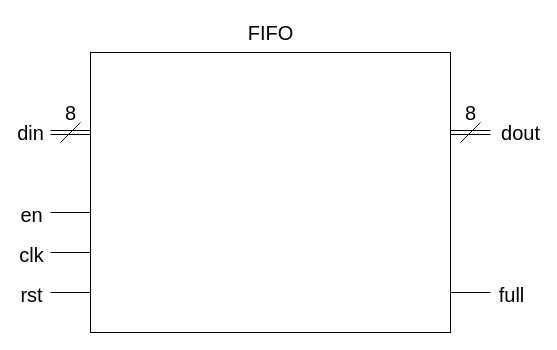
This is page "fifo" (1 of 2) of assets/blocs.drawio from suguuss/ethernet_mac, a draw.io file, before an edit. Source tidied: cells renumbered, new cells numbered last; positions are measured from the earlier drawing's top-left corner, leaving out a move shared by most shapes. Both pictures are drawn from the tidied source at 100%, with x=0, y=0 at pixel (50, 17).
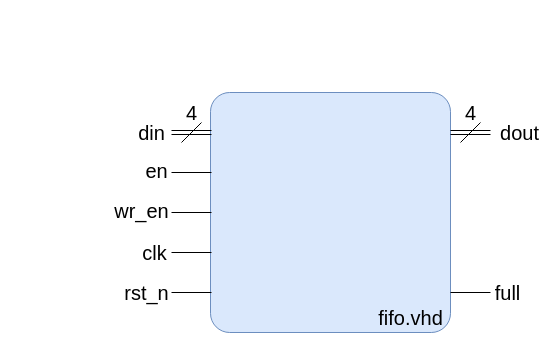
After the change.

The change refers to these unchanged cells:
```xml
<mxCell id="14" style="endArrow=none;html=1;fontSize=20;" parent="1" edge="1">
  <mxGeometry relative="1" as="geometry">
    <mxPoint x="400" y="275" as="sourcePoint" />
    <mxPoint x="440" y="275" as="targetPoint" />
  </mxGeometry>
</mxCell>
```

Change to the diagram source:
```diff
@@
-    <mxCell id="2" style="rounded=0;whiteSpace=wrap;html=1;" parent="1" vertex="1">
-      <mxGeometry x="40" y="35" width="360" height="280" as="geometry" />
+    <mxCell id="2" style="rounded=1;whiteSpace=wrap;html=1;arcSize=8;fillOpacity=100;fillColor=#dae8fc;strokeColor=#6c8ebf;" parent="1" vertex="1">
+      <mxGeometry x="160" y="75" width="240" height="240" as="geometry" />
     </mxCell>
-    <mxCell id="3" value="FIFO" style="text;html=1;align=center;verticalAlign=middle;strokeColor=none;fillColor=none;fontSize=20;" parent="1" vertex="1">
-      <mxGeometry x="190" width="60" height="30" as="geometry" />
+    <mxCell id="3" value="fifo.vhd" style="text;html=1;align=center;verticalAlign=middle;strokeColor=none;fillColor=none;fontSize=20;" parent="1" vertex="1">
+      <mxGeometry x="320" y="285" width="80" height="30" as="geometry" />
     </mxCell>
     <mxCell id="4" style="endArrow=none;html=1;fontSize=20;" parent="1" edge="1">
       <mxGeometry relative="1" as="geometry">
-        <mxPoint y="235" as="sourcePoint" />
-        <mxPoint x="40" y="235" as="targetPoint" />
+        <mxPoint x="121" y="235" as="sourcePoint" />
+        <mxPoint x="161" y="235" as="targetPoint" />
       </mxGeometry>
     </mxCell>
     <mxCell id="5" value="clk" style="edgeLabel;html=1;align=center;verticalAlign=middle;fontSize=20;" parent="4" vertex="1">
       <mxGeometry x="-0.49" y="-1" relative="1" as="geometry">
-        <mxPoint x="-30" as="offset" />
+        <mxPoint x="-28" y="-2" as="offset" />
       </mxGeometry>
     </mxCell>
     <mxCell id="6" style="endArrow=none;html=1;fontSize=20;" parent="1" edge="1">
       <mxGeometry relative="1" as="geometry">
-        <mxPoint y="275" as="sourcePoint" />
-        <mxPoint x="40" y="275" as="targetPoint" />
+        <mxPoint x="121" y="275" as="sourcePoint" />
+        <mxPoint x="161" y="275" as="targetPoint" />
       </mxGeometry>
     </mxCell>
-    <mxCell id="7" value="rst" style="edgeLabel;html=1;align=center;verticalAlign=middle;fontSize=20;" parent="6" vertex="1">
+    <mxCell id="7" value="rst_n" style="edgeLabel;html=1;align=center;verticalAlign=middle;fontSize=20;" parent="6" vertex="1">
       <mxGeometry x="-0.49" y="-1" relative="1" as="geometry">
-        <mxPoint x="-30" as="offset" />
+        <mxPoint x="-36" y="-2" as="offset" />
       </mxGeometry>
     </mxCell>
-    <mxCell id="8" value="8" style="endArrow=none;html=1;fontSize=20;" parent="1" edge="1">
+    <mxCell id="8" value="4" style="endArrow=none;html=1;fontSize=20;" parent="1" edge="1">
       <mxGeometry x="1" y="14" relative="1" as="geometry">
-        <mxPoint x="10" y="125" as="sourcePoint" />
-        <mxPoint x="30" y="105" as="targetPoint" />
+        <mxPoint x="131" y="125" as="sourcePoint" />
+        <mxPoint x="151" y="105" as="targetPoint" />
       </mxGeometry>
     </mxCell>
     <mxCell id="9" value="din" style="shape=link;html=1;fontSize=20;" parent="1" edge="1">
       <mxGeometry x="-1" y="-20" relative="1" as="geometry">
-        <mxPoint y="115" as="sourcePoint" />
-        <mxPoint x="40" y="115" as="targetPoint" />
+        <mxPoint x="121" y="115" as="sourcePoint" />
+        <mxPoint x="161" y="115" as="targetPoint" />
         <mxPoint x="-20" y="-20" as="offset" />
       </mxGeometry>
     </mxCell>
-    <mxCell id="10" value="8" style="endArrow=none;html=1;fontSize=20;" parent="1" edge="1">
+    <mxCell id="10" value="4" style="endArrow=none;html=1;fontSize=20;" parent="1" edge="1">
       <mxGeometry x="1" y="14" relative="1" as="geometry">
         <mxPoint x="410" y="125" as="sourcePoint" />
         <mxPoint x="430" y="105" as="targetPoint" />
       </mxGeometry>
     </mxCell>
     <mxCell id="11" value="dout" style="shape=link;fontSize=20;html=1;" parent="1" edge="1">
-      <mxGeometry x="1" y="30" relative="1" as="geometry">
+      <mxGeometry x="1" y="29" relative="1" as="geometry">
         <mxPoint x="400" y="115" as="sourcePoint" />
         <mxPoint x="440" y="115" as="targetPoint" />
-        <mxPoint x="30" y="30" as="offset" />
+        <mxPoint x="29" y="29" as="offset" />
       </mxGeometry>
     </mxCell>
     <mxCell id="12" style="endArrow=none;html=1;fontSize=20;" parent="1" edge="1">
       <mxGeometry relative="1" as="geometry">
-        <mxPoint y="195" as="sourcePoint" />
-        <mxPoint x="40" y="195" as="targetPoint" />
+        <mxPoint x="121" y="195" as="sourcePoint" />
+        <mxPoint x="161" y="195" as="targetPoint" />
       </mxGeometry>
     </mxCell>
-    <mxCell id="13" value="en" style="edgeLabel;html=1;align=center;verticalAlign=middle;fontSize=20;" parent="12" vertex="1">
+    <mxCell id="13" value="wr_en" style="edgeLabel;html=1;align=center;verticalAlign=middle;fontSize=20;" parent="12" vertex="1">
       <mxGeometry x="-0.49" y="-1" relative="1" as="geometry">
-        <mxPoint x="-30" as="offset" />
+        <mxPoint x="-41" y="-4" as="offset" />
       </mxGeometry>
     </mxCell>
@@
     <mxCell id="15" value="full" style="edgeLabel;html=1;align=center;verticalAlign=middle;fontSize=20;" parent="14" vertex="1">
       <mxGeometry x="-0.49" y="-1" relative="1" as="geometry">
-        <mxPoint x="50" as="offset" />
+        <mxPoint x="46" y="-2" as="offset" />
       </mxGeometry>
     </mxCell>
+    <mxCell id="16" style="endArrow=none;html=1;fontSize=20;" parent="1" edge="1">
+      <mxGeometry relative="1" as="geometry">
+        <mxPoint x="121" y="155" as="sourcePoint" />
+        <mxPoint x="161" y="155" as="targetPoint" />
+      </mxGeometry>
+    </mxCell>
+    <mxCell id="17" value="en" style="edgeLabel;html=1;align=center;verticalAlign=middle;fontSize=20;" parent="16" vertex="1">
+      <mxGeometry x="-0.49" y="-1" relative="1" as="geometry">
+        <mxPoint x="-26" y="-4" as="offset" />
+      </mxGeometry>
+    </mxCell>
```
